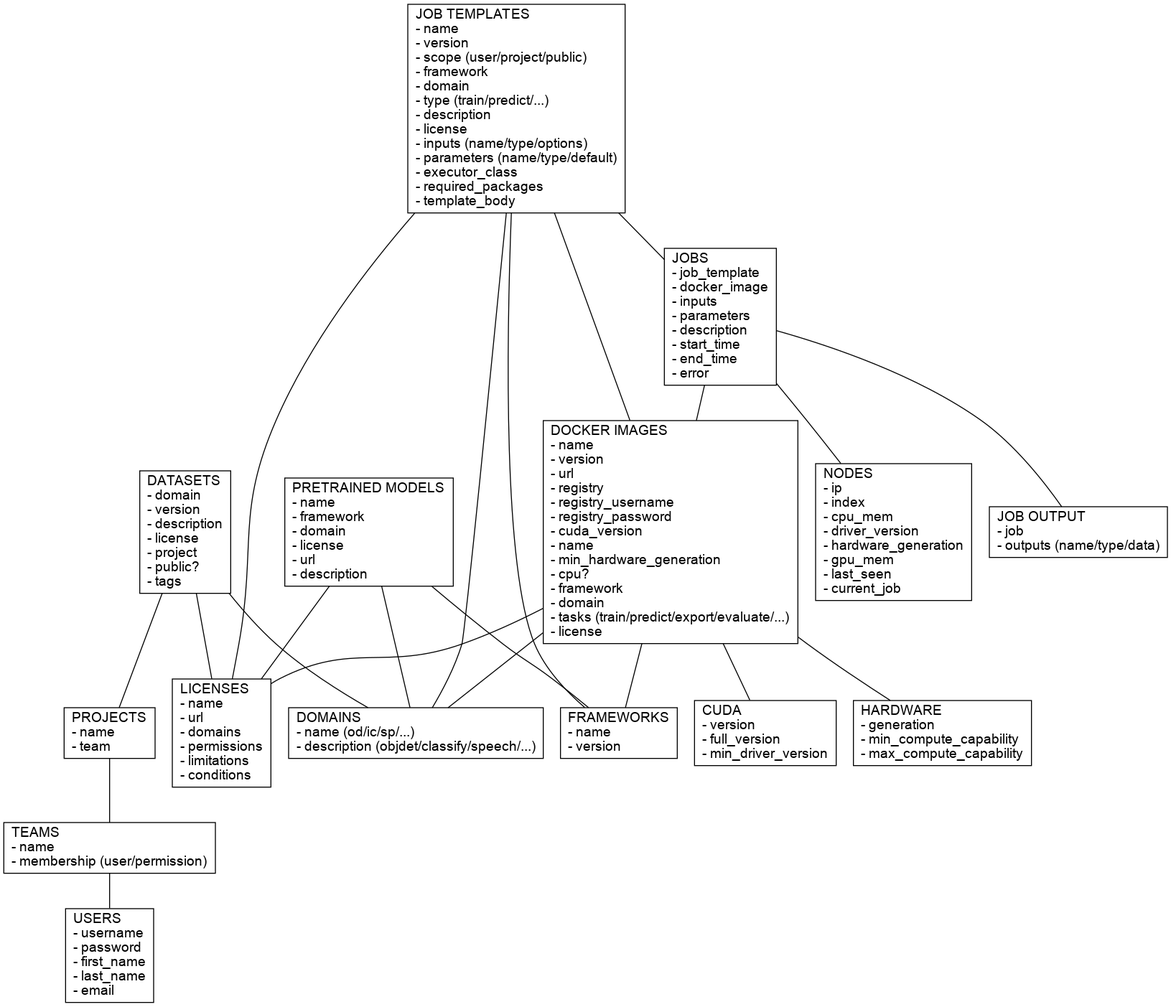
Before: docs/img/api.png, a diagram exported from Graphviz (waikato-ufdl/ufdl-api). Its source is kept beside it as docs/img/api.dot. Source of this version:
```dot
graph {

  node [shape=record fontname=Arial];

  users [label = "USERS\l- username\l- password\l- first_name\l- last_name\l- email\l"];
  teams [label = "TEAMS\l- name\l- membership (user/permission)\l"];
  projects [label = "PROJECTS\l- name\l- team\l"];
  licenses [label = "LICENSES\l- name\l- url\l- domains\l- permissions\l- limitations\l- conditions\l"];
  domains [label = "DOMAINS\l- name (od/ic/sp/...)\l- description (objdet/classify/speech/...)\l"];

  cuda [label = "CUDA\l- version\l- full_version\l- min_driver_version"];
  docker_images [label = "DOCKER IMAGES\l- name\l- version\l- url\l- registry\l- registry_username\l- registry_password\l- cuda_version\l- name\l- min_hardware_generation\l- cpu?\l- framework\l- domain\l- tasks (train/predict/export/evaluate/...)\l- license\l"];
  frameworks [label = "FRAMEWORKS\l- name\l- version\l"];
  hardware [label = "HARDWARE\l- generation\l- min_compute_capability\l- max_compute_capability\l"];
  nodes [label = "NODES\l- ip\l- index\l- cpu_mem\l- driver_version\l- hardware_generation\l- gpu_mem\l- last_seen\l- current_job\l"];

  datasets [label = "DATASETS\l- domain\l- version\l- description\l- license\l- project\l- public?\l- tags\l"];
  pretrained_models [label = "PRETRAINED MODELS\l- name\l- framework\l- domain\l- license\l- url\l- description\l"];
  job_templates [label = "JOB TEMPLATES\l- name\l- version\l- scope (user/project/public)\l- framework\l- domain\l- type (train/predict/...)\l- description\l- license\l- inputs (name/type/options)\l- parameters (name/type/default)\l- executor_class\l- required_packages\l- template_body\l"];
  jobs [label = "JOBS\l- job_template\l- docker_image\l- inputs\l- parameters\l- description\l- start_time\l- end_time\l- error\l"];
  job_output [label = "JOB OUTPUT\l- job\l- outputs (name/type/data)\l"];

  teams -- users;
  projects -- teams;
  datasets -- licenses;
  datasets -- projects;
  datasets -- domains;
  pretrained_models -- frameworks;
  pretrained_models -- licenses;
  pretrained_models -- domains;
  docker_images -- cuda;
  docker_images -- hardware;
  docker_images -- frameworks;
  docker_images -- licenses;
  docker_images -- domains;
  job_templates -- jobs;
  job_templates -- licenses;
  job_templates -- frameworks;
  job_templates -- docker_images;
  job_templates -- domains;
  jobs -- job_output;
  jobs -- nodes;
  jobs -- docker_images;
}
```
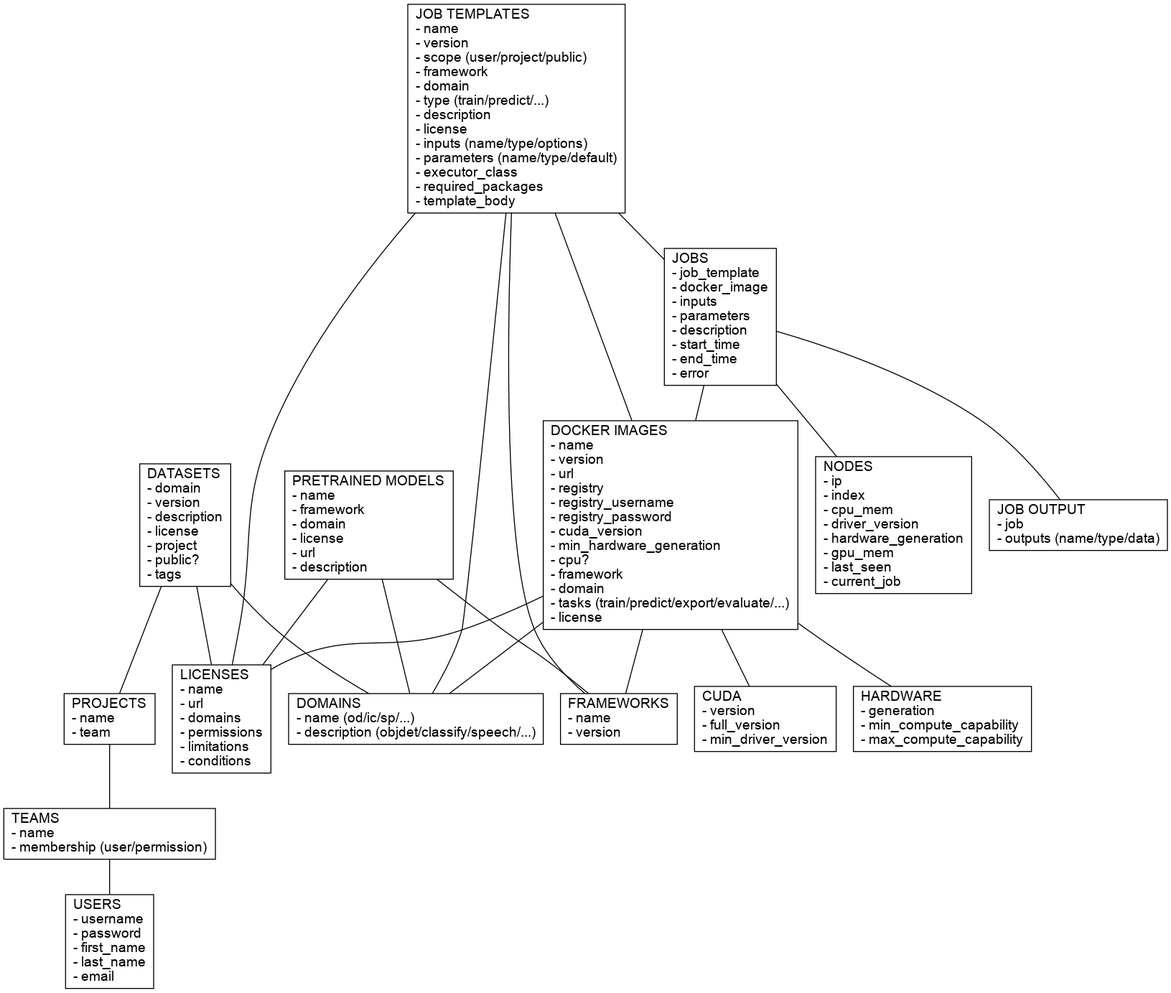
The same file after the commit.

Commit message:
removed duplicate name in docker images

Change to the diagram source:
```diff
@@ -9,7 +9,7 @@
   domains [label = "DOMAINS\l- name (od/ic/sp/...)\l- description (objdet/classify/speech/...)\l"];
 
   cuda [label = "CUDA\l- version\l- full_version\l- min_driver_version"];
-  docker_images [label = "DOCKER IMAGES\l- name\l- version\l- url\l- registry\l- registry_username\l- registry_password\l- cuda_version\l- name\l- min_hardware_generation\l- cpu?\l- framework\l- domain\l- tasks (train/predict/export/evaluate/...)\l- license\l"];
+  docker_images [label = "DOCKER IMAGES\l- name\l- version\l- url\l- registry\l- registry_username\l- registry_password\l- cuda_version\l- min_hardware_generation\l- cpu?\l- framework\l- domain\l- tasks (train/predict/export/evaluate/...)\l- license\l"];
   frameworks [label = "FRAMEWORKS\l- name\l- version\l"];
   hardware [label = "HARDWARE\l- generation\l- min_compute_capability\l- max_compute_capability\l"];
   nodes [label = "NODES\l- ip\l- index\l- cpu_mem\l- driver_version\l- hardware_generation\l- gpu_mem\l- last_seen\l- current_job\l"];
```
